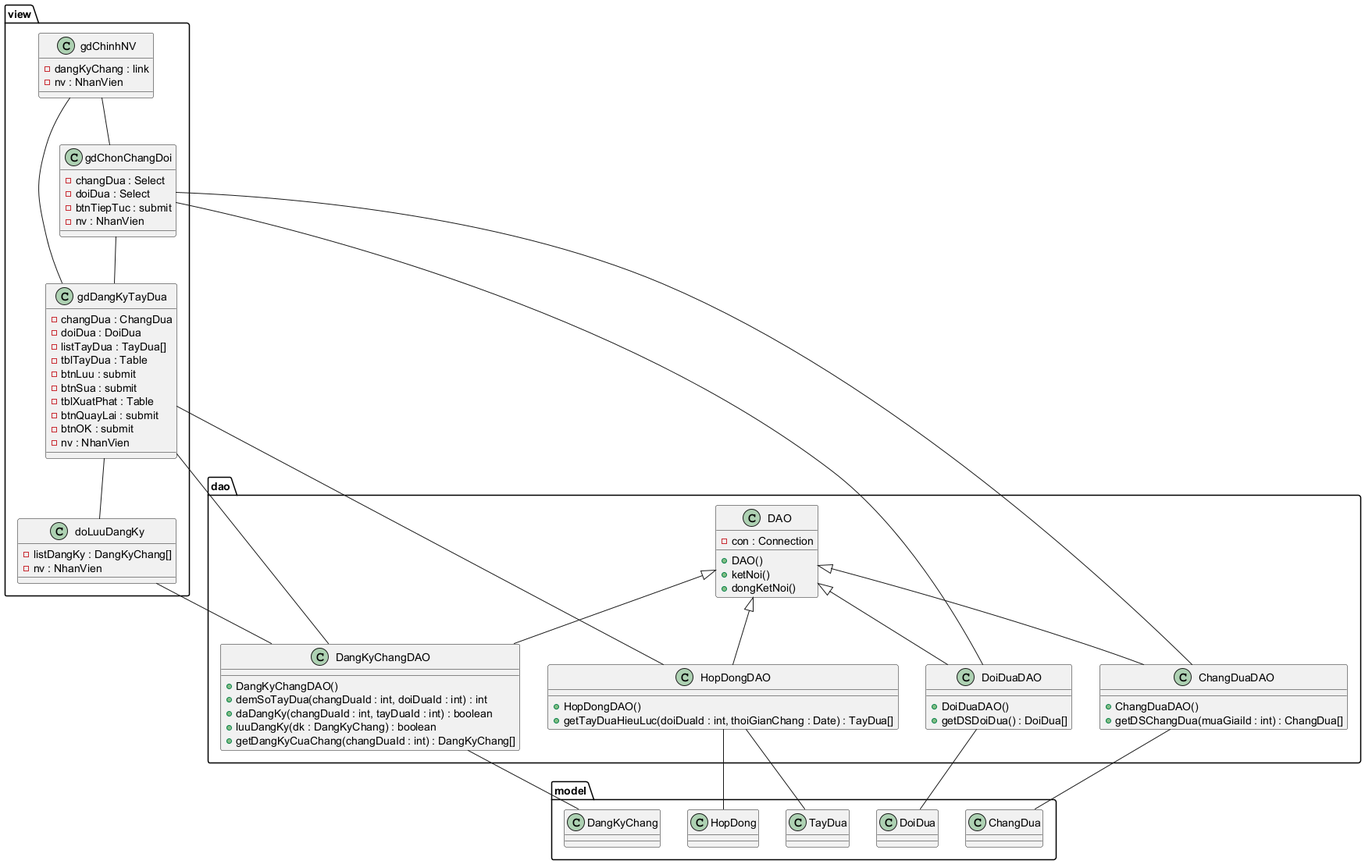
7gho/CNPM-He2026 keeps this PlantUML diagram as Module 2 - Kin/hinh/ref/5-bieu-do-lop-thiet-ke-jsp-dao-model.png. Above is the earlier version.
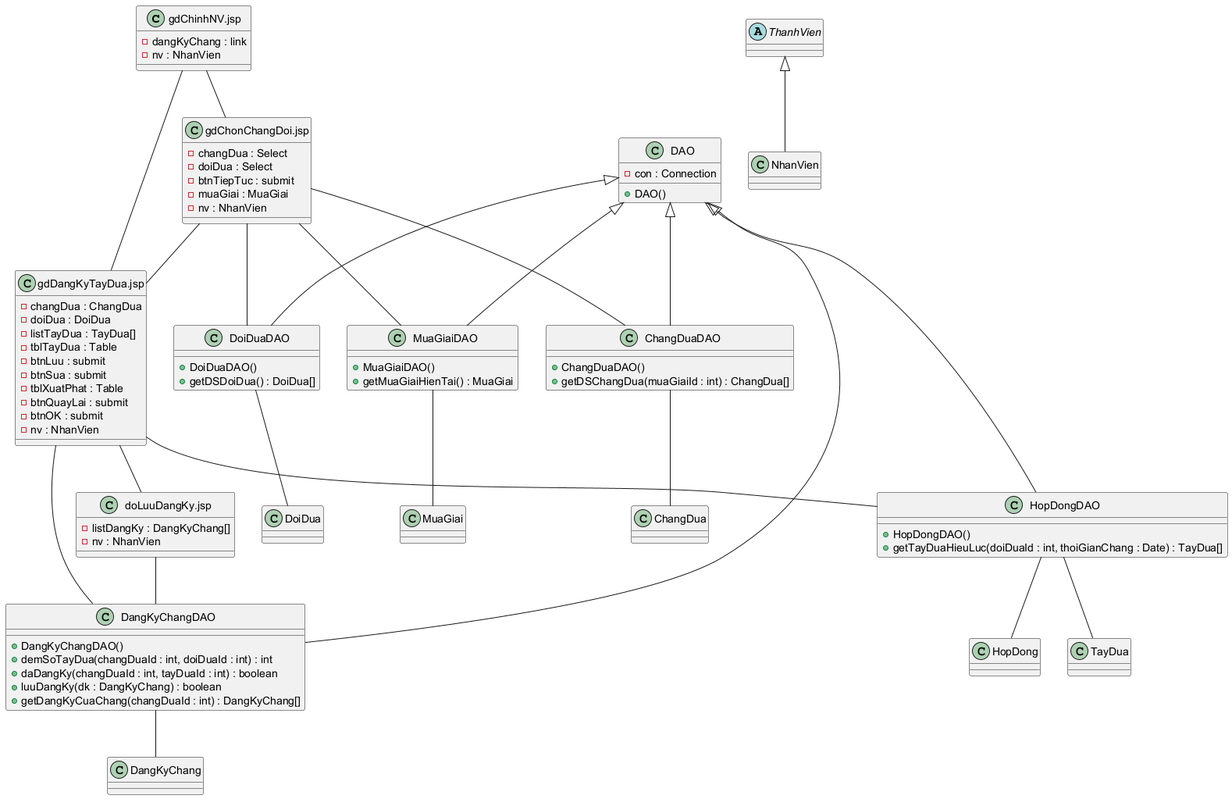
Later version of the same file.

What changed in the source:
```diff
@@ -1,69 +1,71 @@
 @startuml
-package view {
-  class gdChinhNV {
-    -dangKyChang : link
-    -nv : NhanVien
-  }
-  class gdChonChangDoi {
-    -changDua : Select
-    -doiDua : Select
-    -btnTiepTuc : submit
-    -nv : NhanVien
-  }
-  class gdDangKyTayDua {
-    -changDua : ChangDua
-    -doiDua : DoiDua
-    -listTayDua : TayDua[]
-    -tblTayDua : Table
-    -btnLuu : submit
-    -btnSua : submit
-    -tblXuatPhat : Table
-    -btnQuayLai : submit
-    -btnOK : submit
-    -nv : NhanVien
-  }
-  class doLuuDangKy {
-    -listDangKy : DangKyChang[]
-    -nv : NhanVien
-  }
+class "gdChinhNV.jsp" as gdChinhNV {
+  -dangKyChang : link
+  -nv : NhanVien
+}
+class "gdChonChangDoi.jsp" as gdChonChangDoi {
+  -changDua : Select
+  -doiDua : Select
+  -btnTiepTuc : submit
+  -muaGiai : MuaGiai
+  -nv : NhanVien
+}
+class "gdDangKyTayDua.jsp" as gdDangKyTayDua {
+  -changDua : ChangDua
+  -doiDua : DoiDua
+  -listTayDua : TayDua[]
+  -tblTayDua : Table
+  -btnLuu : submit
+  -btnSua : submit
+  -tblXuatPhat : Table
+  -btnQuayLai : submit
+  -btnOK : submit
+  -nv : NhanVien
+}
+class "doLuuDangKy.jsp" as doLuuDangKy {
+  -listDangKy : DangKyChang[]
+  -nv : NhanVien
 }
 
-package dao {
-  class DAO {
-    -con : Connection
-    +DAO()
-    +ketNoi()
-    +dongKetNoi()
-  }
-  class ChangDuaDAO {
-    +ChangDuaDAO()
-    +getDSChangDua(muaGiaiId : int) : ChangDua[]
-  }
-  class DoiDuaDAO {
-    +DoiDuaDAO()
-    +getDSDoiDua() : DoiDua[]
-  }
-  class HopDongDAO {
-    +HopDongDAO()
-    +getTayDuaHieuLuc(doiDuaId : int, thoiGianChang : Date) : TayDua[]
-  }
-  class DangKyChangDAO {
-    +DangKyChangDAO()
-    +demSoTayDua(changDuaId : int, doiDuaId : int) : int
-    +daDangKy(changDuaId : int, tayDuaId : int) : boolean
-    +luuDangKy(dk : DangKyChang) : boolean
-    +getDangKyCuaChang(changDuaId : int) : DangKyChang[]
-  }
+class DAO {
+  -con : Connection
+  +DAO()
+}
+class MuaGiaiDAO {
+  +MuaGiaiDAO()
+  +getMuaGiaiHienTai() : MuaGiai
+}
+class ChangDuaDAO {
+  +ChangDuaDAO()
+  +getDSChangDua(muaGiaiId : int) : ChangDua[]
+}
+class DoiDuaDAO {
+  +DoiDuaDAO()
+  +getDSDoiDua() : DoiDua[]
+}
+class HopDongDAO {
+  +HopDongDAO()
+  +getTayDuaHieuLuc(doiDuaId : int, thoiGianChang : Date) : TayDua[]
+}
+class DangKyChangDAO {
+  +DangKyChangDAO()
+  +demSoTayDua(changDuaId : int, doiDuaId : int) : int
+  +daDangKy(changDuaId : int, tayDuaId : int) : boolean
+  +luuDangKy(dk : DangKyChang) : boolean
+  +getDangKyCuaChang(changDuaId : int) : DangKyChang[]
 }
 
-package model {
-  class ChangDua
-  class DoiDua
-  class TayDua
-  class HopDong
-  class DangKyChang
-}
+class MuaGiai
+class ChangDua
+class DoiDua
+class TayDua
+class HopDong
+class DangKyChang
+abstract class ThanhVien
+class NhanVien
+ThanhVien <|-- NhanVien
 
+DAO <|-- MuaGiaiDAO
 DAO <|-- ChangDuaDAO
 DAO <|-- DoiDuaDAO
 DAO <|-- HopDongDAO
@@ -74,12 +76,14 @@
 gdDangKyTayDua -- doLuuDangKy
 gdDangKyTayDua -- gdChinhNV
 
+gdChonChangDoi -- MuaGiaiDAO
 gdChonChangDoi -- ChangDuaDAO
 gdChonChangDoi -- DoiDuaDAO
 gdDangKyTayDua -- HopDongDAO
 gdDangKyTayDua -- DangKyChangDAO
 doLuuDangKy -- DangKyChangDAO
 
+MuaGiaiDAO -- MuaGiai
 ChangDuaDAO -- ChangDua
 DoiDuaDAO -- DoiDua
 HopDongDAO -- HopDong
```
